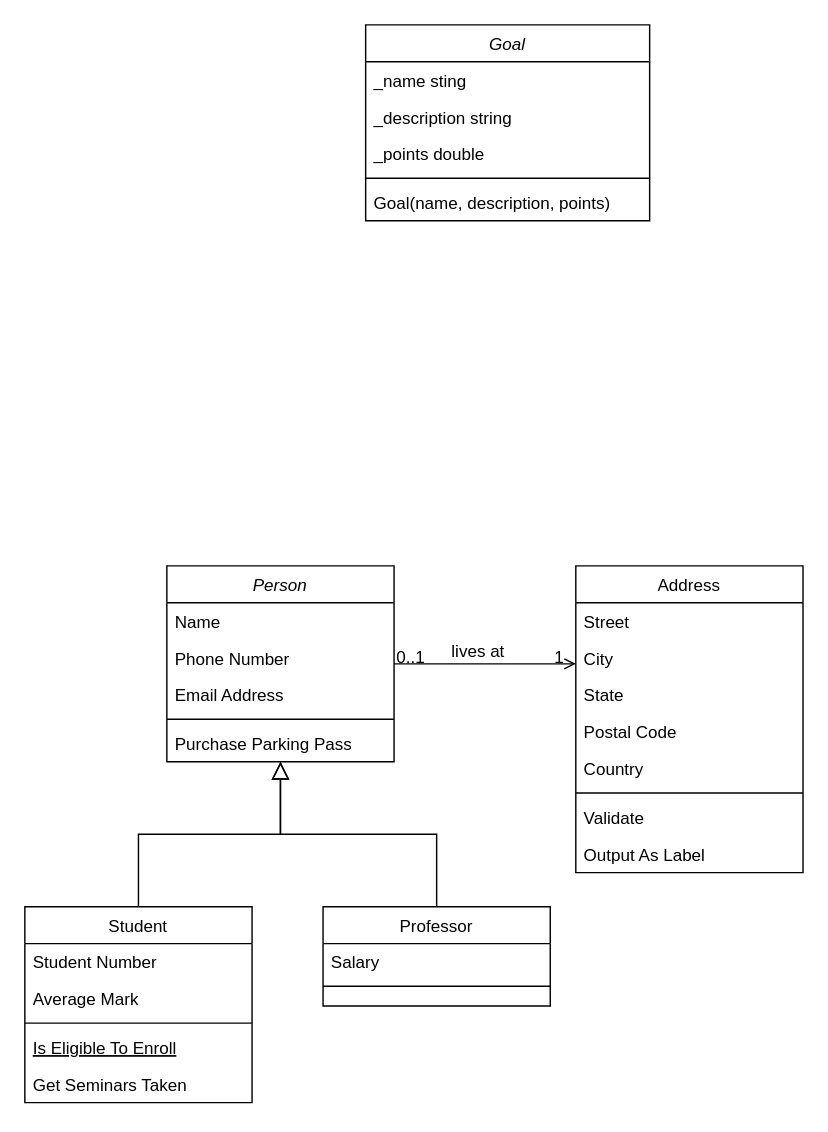
neorgon/cse210-hw keeps this draw.io diagram as assets/EternalQuestProgram.drawio. Above is the earlier version. Source tidied: cells renumbered, new cells numbered last; positions are measured from the earlier drawing's top-left corner, leaving out a move shared by most shapes. Both pictures are drawn from the tidied source at 142%, with x=0, y=0 at pixel (24, 24).
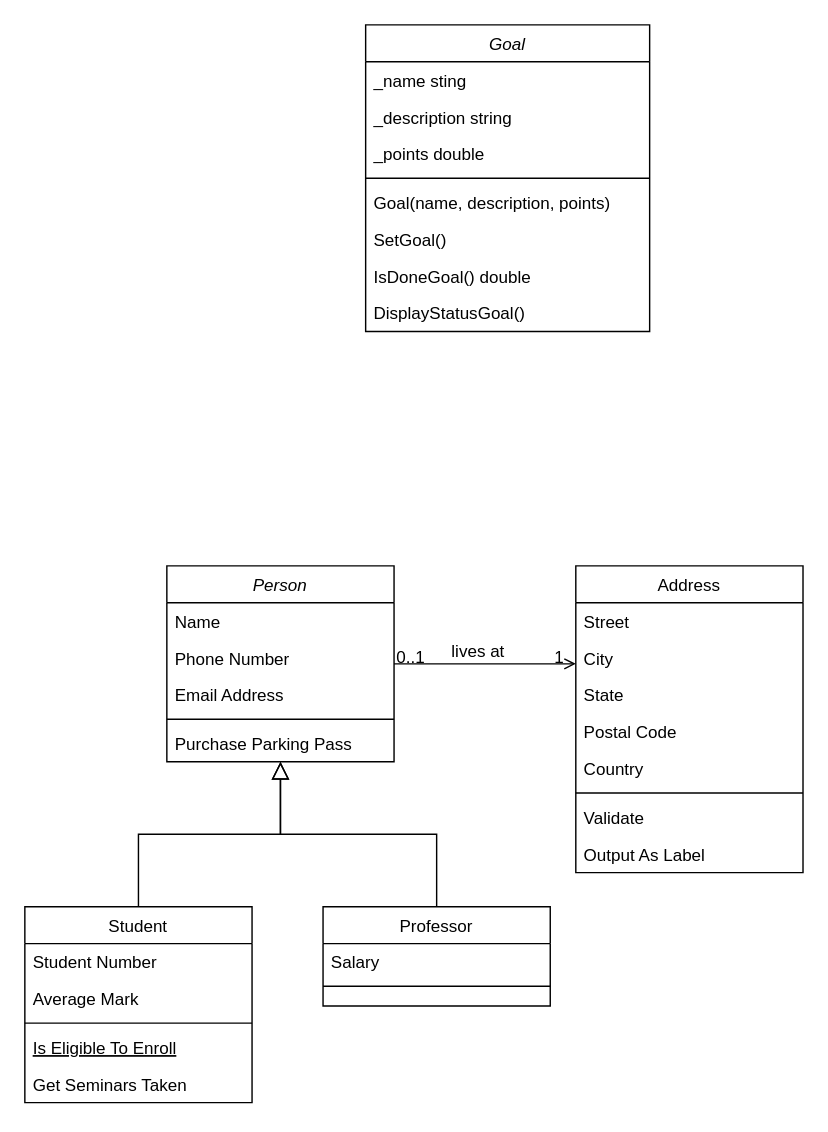
The same diagram, later.

Commit message:
Update behavior and attributes from class Goal

Diff of the diagram source:
```diff
@@
     <mxCell id="32" value="Goal" style="swimlane;fontStyle=2;align=center;verticalAlign=top;horizontal=1;startSize=26;rounded=0;shadow=0;strokeWidth=1;" parent="1" vertex="1">
-      <mxGeometry x="240" width="200" height="138" as="geometry" />
+      <mxGeometry x="240" width="200" height="216" as="geometry" />
     </mxCell>
@@
+    <mxCell id="38" value="SetGoal()" style="text;align=left;verticalAlign=top;spacingLeft=4;spacingRight=4;overflow=hidden;" parent="32" vertex="1">
+      <mxGeometry y="138" width="200" height="26" as="geometry" />
+    </mxCell>
+    <mxCell id="39" value="IsDoneGoal() double" style="text;align=left;verticalAlign=top;spacingLeft=4;spacingRight=4;overflow=hidden;" parent="32" vertex="1">
+      <mxGeometry y="164" width="200" height="26" as="geometry" />
+    </mxCell>
+    <mxCell id="40" value="DisplayStatusGoal()" style="text;align=left;verticalAlign=top;spacingLeft=4;spacingRight=4;overflow=hidden;" parent="32" vertex="1">
+      <mxGeometry y="190" width="200" height="26" as="geometry" />
+    </mxCell>
```
